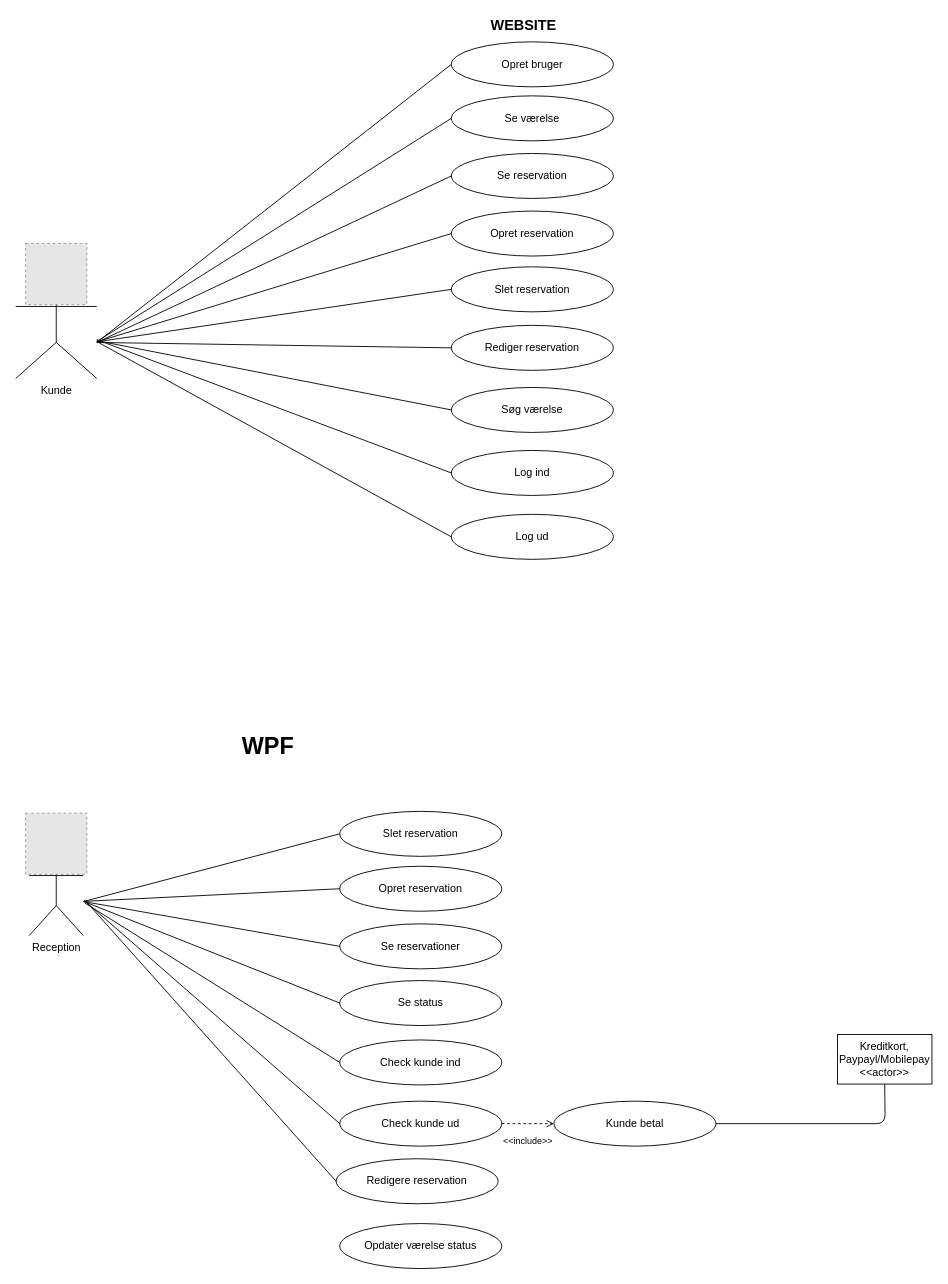
This is Dokumentation/Use case.drawio from NansyT/CountryLiving, a draw.io file, before an edit. Source tidied: cells renumbered, new cells numbered last; positions are measured from the earlier drawing's top-left corner, leaving out a move shared by most shapes. Both pictures are drawn from the tidied source at 90%, with x=0, y=0 at pixel (15, 15). Pictures stored in the file or linked from it are replaced by grey dashed boxes.
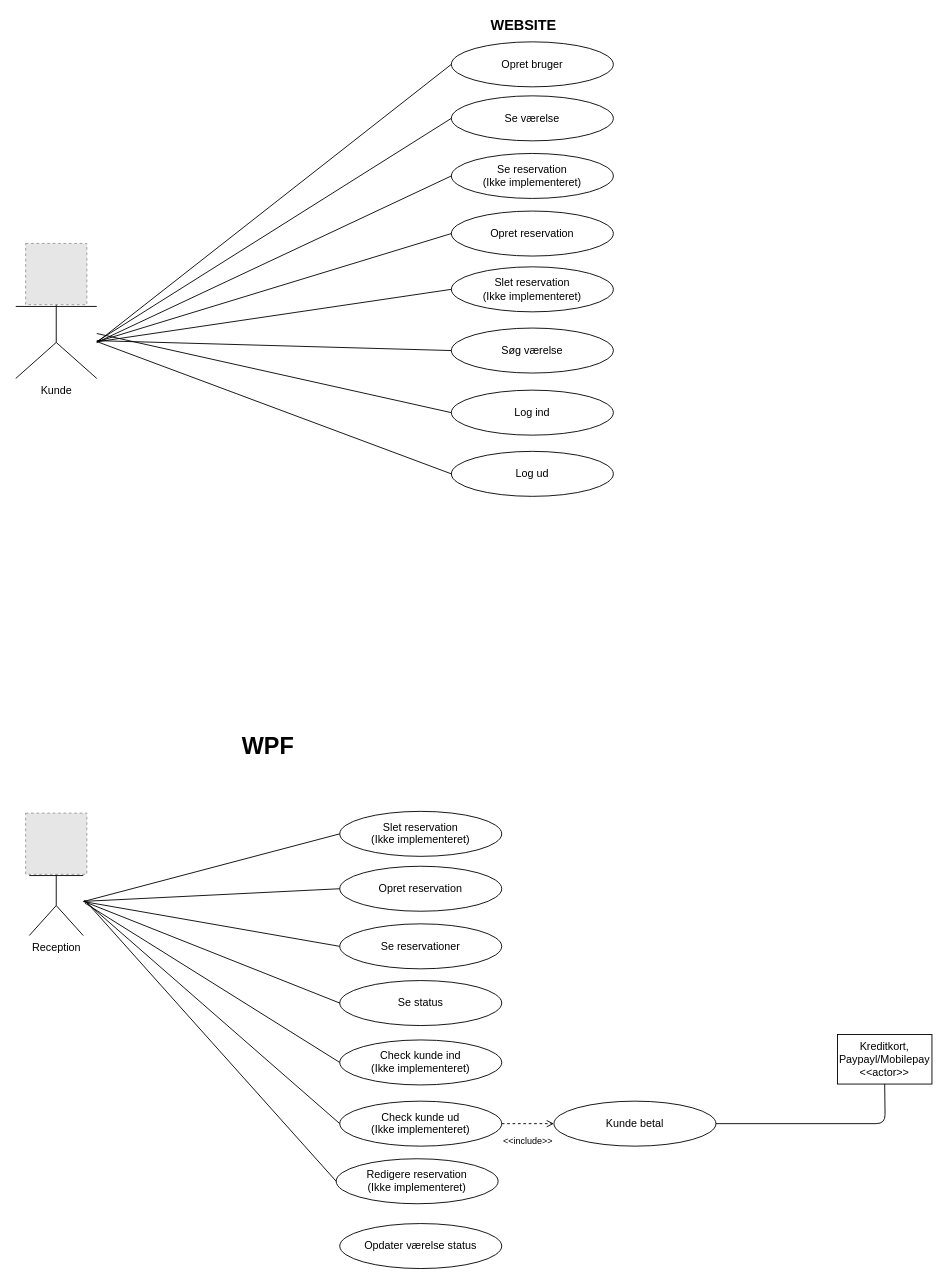
The same diagram, later.

Commit message (it also covers changes not shown here):
Use cases update

Diff of the diagram source:
```diff
@@
-    <mxCell id="18" value="Slet reservation" style="ellipse;whiteSpace=wrap;html=1;" parent="1" vertex="1">
+    <mxCell id="18" value="Slet reservation&lt;br&gt;(Ikke implementeret)" style="ellipse;whiteSpace=wrap;html=1;" parent="1" vertex="1">
       <mxGeometry x="484" y="279" width="180" height="50" as="geometry" />
     </mxCell>
-    <mxCell id="19" value="Rediger reservation" style="ellipse;whiteSpace=wrap;html=1;" parent="1" vertex="1">
-      <mxGeometry x="484" y="344" width="180" height="50" as="geometry" />
-    </mxCell>
     <mxCell id="20" value="Søg værelse" style="ellipse;whiteSpace=wrap;html=1;" parent="1" vertex="1">
-      <mxGeometry x="484" y="413" width="180" height="50" as="geometry" />
+      <mxGeometry x="484" y="347" width="180" height="50" as="geometry" />
     </mxCell>
@@
     <mxCell id="22" value="Log ind" style="ellipse;whiteSpace=wrap;html=1;" parent="1" vertex="1">
-      <mxGeometry x="484" y="483" width="180" height="50" as="geometry" />
+      <mxGeometry x="484" y="416" width="180" height="50" as="geometry" />
     </mxCell>
     <mxCell id="23" value="Log ud" style="ellipse;whiteSpace=wrap;html=1;" parent="1" vertex="1">
-      <mxGeometry x="484" y="554" width="180" height="50" as="geometry" />
+      <mxGeometry x="484" y="484" width="180" height="50" as="geometry" />
     </mxCell>
@@
-    <mxCell id="25" value="Se reservation" style="ellipse;whiteSpace=wrap;html=1;" parent="1" vertex="1">
+    <mxCell id="25" value="Se reservation&lt;br&gt;(Ikke implementeret)" style="ellipse;whiteSpace=wrap;html=1;" parent="1" vertex="1">
       <mxGeometry x="484" y="153" width="180" height="50" as="geometry" />
     </mxCell>
@@
-    <mxCell id="28" style="endArrow=none;html=1;entryX=0;entryY=0.5;entryDx=0;entryDy=0;" parent="1" edge="1" target="19">
-      <mxGeometry relative="1" as="geometry">
-        <mxPoint x="90" y="363" as="sourcePoint" />
-      </mxGeometry>
-    </mxCell>
@@
-    <mxCell id="35" value="Check kunde ind" style="ellipse;whiteSpace=wrap;html=1;" parent="1" vertex="1">
+    <mxCell id="35" value="Check kunde ind&lt;br&gt;&lt;span style=&quot;font-size: 9.0pt ; line-height: 130% ; font-family: &amp;#34;calibri&amp;#34; , sans-serif&quot;&gt;(Ikke implementeret)&lt;/span&gt;" style="ellipse;whiteSpace=wrap;html=1;" parent="1" vertex="1">
       <mxGeometry x="360" y="1138" width="180" height="50" as="geometry" />
     </mxCell>
-    <mxCell id="36" value="Check kunde ud" style="ellipse;whiteSpace=wrap;html=1;" parent="1" vertex="1">
+    <mxCell id="36" value="Check kunde ud&lt;br&gt;&lt;span style=&quot;font-size: 9.0pt ; line-height: 130% ; font-family: &amp;#34;calibri&amp;#34; , sans-serif&quot;&gt;(Ikke implementeret)&lt;/span&gt;" style="ellipse;whiteSpace=wrap;html=1;" parent="1" vertex="1">
       <mxGeometry x="360" y="1206" width="180" height="50" as="geometry" />
     </mxCell>
@@
-    <mxCell id="41" value="Slet reservation" style="ellipse;whiteSpace=wrap;html=1;" parent="1" vertex="1">
+    <mxCell id="41" value="Slet reservation&lt;br&gt;&lt;span style=&quot;font-size: 9.0pt ; line-height: 130% ; font-family: &amp;#34;calibri&amp;#34; , sans-serif&quot;&gt;(Ikke implementeret)&lt;/span&gt;" style="ellipse;whiteSpace=wrap;html=1;" parent="1" vertex="1">
       <mxGeometry x="360" y="884" width="180" height="50" as="geometry" />
     </mxCell>
-    <mxCell id="42" value="Redigere reservation" style="ellipse;whiteSpace=wrap;html=1;" parent="1" vertex="1">
+    <mxCell id="42" value="Redigere reservation&lt;br&gt;&lt;span style=&quot;font-size: 9.0pt ; line-height: 130% ; font-family: &amp;#34;calibri&amp;#34; , sans-serif&quot;&gt;(Ikke implementeret)&lt;/span&gt;" style="ellipse;whiteSpace=wrap;html=1;" parent="1" vertex="1">
       <mxGeometry x="356" y="1270" width="180" height="50" as="geometry" />
     </mxCell>
```
